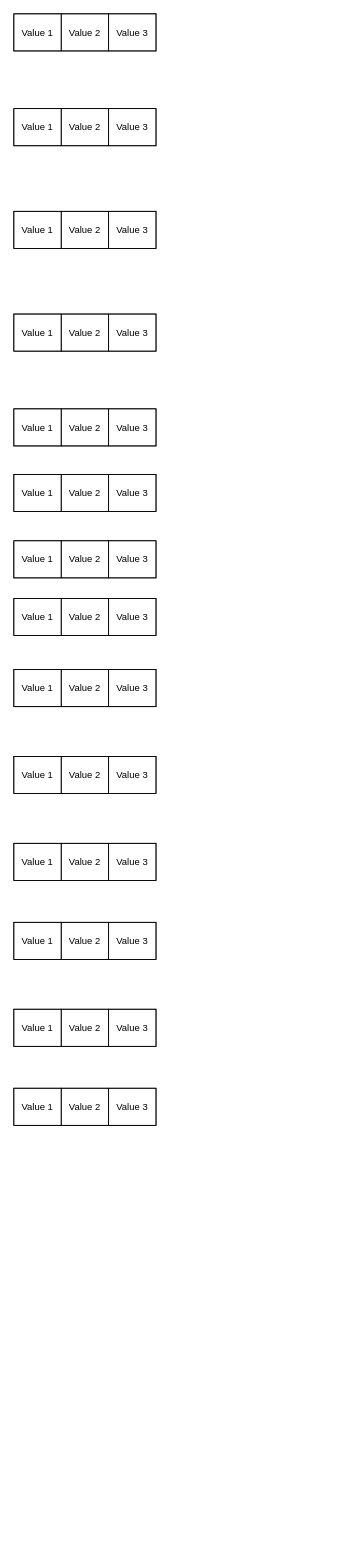
Before: RelationalSchemaASS3a.drawio in GreenFella/databaseclass, a draw.io diagram. Source tidied: cells renumbered, new cells numbered last; positions are measured from the earlier drawing's top-left corner, leaving out a move shared by most shapes. Both pictures are drawn from the tidied source at 79%, with x=0, y=0 at pixel (13, 13).
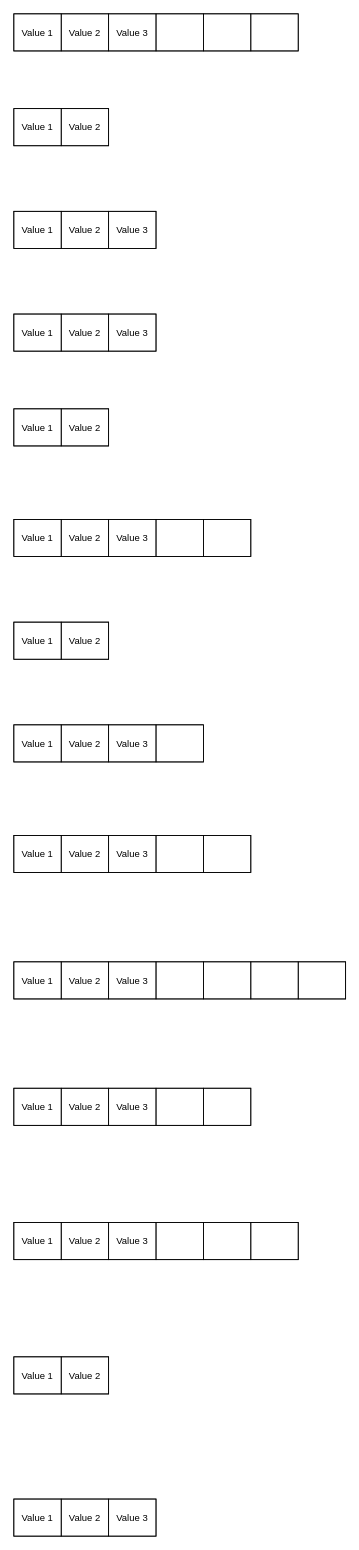
After the change.

Change to the diagram source:
```diff
@@
     <mxCell id="2" style="childLayout=tableLayout;shadow=0;fillColor=none;" parent="1" vertex="1">
-      <mxGeometry width="180" height="47" as="geometry" />
+      <mxGeometry width="360" height="47" as="geometry" />
     </mxCell>
     <mxCell id="3" style="shape=tableRow;horizontal=0;startSize=0;swimlaneHead=0;swimlaneBody=0;top=0;left=0;bottom=0;right=0;fontStyle=0;fillColor=none;strokeColor=inherit;" parent="2" vertex="1">
-      <mxGeometry width="180" height="47" as="geometry" />
+      <mxGeometry width="360" height="47" as="geometry" />
     </mxCell>
@@
+    <mxCell id="72" style="strokeColor=inherit;fillColor=none;align=center;whiteSpace=wrap;html=1;" parent="3" vertex="1">
+      <mxGeometry x="180" width="60" height="47" as="geometry" />
+    </mxCell>
+    <mxCell id="73" style="strokeColor=inherit;fillColor=none;align=center;whiteSpace=wrap;html=1;" parent="3" vertex="1">
+      <mxGeometry x="240" width="60" height="47" as="geometry" />
+    </mxCell>
+    <mxCell id="74" style="strokeColor=inherit;fillColor=none;align=center;whiteSpace=wrap;html=1;" parent="3" vertex="1">
+      <mxGeometry x="300" width="60" height="47" as="geometry" />
+    </mxCell>
     <mxCell id="7" style="childLayout=tableLayout;shadow=0;fillColor=none;" parent="1" vertex="1">
-      <mxGeometry y="120" width="180" height="47" as="geometry" />
+      <mxGeometry y="120" width="120" height="47" as="geometry" />
     </mxCell>
     <mxCell id="8" style="shape=tableRow;horizontal=0;startSize=0;swimlaneHead=0;swimlaneBody=0;top=0;left=0;bottom=0;right=0;fontStyle=0;fillColor=none;strokeColor=inherit;" parent="7" vertex="1">
-      <mxGeometry width="180" height="47" as="geometry" />
+      <mxGeometry width="120" height="47" as="geometry" />
     </mxCell>
@@
-    <mxCell id="11" value="Value 3" style="strokeColor=inherit;fillColor=none;align=center;whiteSpace=wrap;html=1;" parent="8" vertex="1">
-      <mxGeometry x="120" width="60" height="47" as="geometry" />
-    </mxCell>
@@
     <mxCell id="22" style="childLayout=tableLayout;shadow=0;fillColor=none;" parent="1" vertex="1">
-      <mxGeometry y="500" width="180" height="47" as="geometry" />
+      <mxGeometry y="500" width="120" height="47" as="geometry" />
     </mxCell>
     <mxCell id="23" style="shape=tableRow;horizontal=0;startSize=0;swimlaneHead=0;swimlaneBody=0;top=0;left=0;bottom=0;right=0;fontStyle=0;fillColor=none;strokeColor=inherit;" parent="22" vertex="1">
-      <mxGeometry width="180" height="47" as="geometry" />
+      <mxGeometry width="120" height="47" as="geometry" />
     </mxCell>
@@
-    <mxCell id="26" value="Value 3" style="strokeColor=inherit;fillColor=none;align=center;whiteSpace=wrap;html=1;" parent="23" vertex="1">
-      <mxGeometry x="120" width="60" height="47" as="geometry" />
-    </mxCell>
     <mxCell id="27" style="childLayout=tableLayout;shadow=0;fillColor=none;" parent="1" vertex="1">
-      <mxGeometry y="583" width="180" height="47" as="geometry" />
+      <mxGeometry y="640" width="300" height="47" as="geometry" />
     </mxCell>
     <mxCell id="28" style="shape=tableRow;horizontal=0;startSize=0;swimlaneHead=0;swimlaneBody=0;top=0;left=0;bottom=0;right=0;fontStyle=0;fillColor=none;strokeColor=inherit;" parent="27" vertex="1">
-      <mxGeometry width="180" height="47" as="geometry" />
+      <mxGeometry width="300" height="47" as="geometry" />
     </mxCell>
@@
+    <mxCell id="75" style="strokeColor=inherit;fillColor=none;align=center;whiteSpace=wrap;html=1;" parent="28" vertex="1">
+      <mxGeometry x="180" width="60" height="47" as="geometry" />
+    </mxCell>
+    <mxCell id="76" style="strokeColor=inherit;fillColor=none;align=center;whiteSpace=wrap;html=1;" parent="28" vertex="1">
+      <mxGeometry x="240" width="60" height="47" as="geometry" />
+    </mxCell>
     <mxCell id="32" style="childLayout=tableLayout;shadow=0;fillColor=none;" parent="1" vertex="1">
-      <mxGeometry y="667" width="180" height="47" as="geometry" />
+      <mxGeometry y="770" width="120" height="47" as="geometry" />
     </mxCell>
     <mxCell id="33" style="shape=tableRow;horizontal=0;startSize=0;swimlaneHead=0;swimlaneBody=0;top=0;left=0;bottom=0;right=0;fontStyle=0;fillColor=none;strokeColor=inherit;" parent="32" vertex="1">
-      <mxGeometry width="180" height="47" as="geometry" />
+      <mxGeometry width="120" height="47" as="geometry" />
     </mxCell>
@@
-    <mxCell id="36" value="Value 3" style="strokeColor=inherit;fillColor=none;align=center;whiteSpace=wrap;html=1;" parent="33" vertex="1">
-      <mxGeometry x="120" width="60" height="47" as="geometry" />
-    </mxCell>
     <mxCell id="37" style="childLayout=tableLayout;shadow=0;fillColor=none;" parent="1" vertex="1">
-      <mxGeometry y="1360" width="180" height="47" as="geometry" />
+      <mxGeometry y="1880" width="180" height="47" as="geometry" />
     </mxCell>
@@
     <mxCell id="42" style="childLayout=tableLayout;shadow=0;fillColor=none;" parent="1" vertex="1">
-      <mxGeometry y="1260" width="180" height="47" as="geometry" />
+      <mxGeometry y="1700" width="120" height="47" as="geometry" />
     </mxCell>
     <mxCell id="43" style="shape=tableRow;horizontal=0;startSize=0;swimlaneHead=0;swimlaneBody=0;top=0;left=0;bottom=0;right=0;fontStyle=0;fillColor=none;strokeColor=inherit;" parent="42" vertex="1">
-      <mxGeometry width="180" height="47" as="geometry" />
+      <mxGeometry width="120" height="47" as="geometry" />
     </mxCell>
@@
-    <mxCell id="46" value="Value 3" style="strokeColor=inherit;fillColor=none;align=center;whiteSpace=wrap;html=1;" parent="43" vertex="1">
-      <mxGeometry x="120" width="60" height="47" as="geometry" />
-    </mxCell>
     <mxCell id="47" style="childLayout=tableLayout;shadow=0;fillColor=none;" parent="1" vertex="1">
-      <mxGeometry y="740" width="180" height="47" as="geometry" />
+      <mxGeometry y="900" width="240" height="47" as="geometry" />
     </mxCell>
     <mxCell id="48" style="shape=tableRow;horizontal=0;startSize=0;swimlaneHead=0;swimlaneBody=0;top=0;left=0;bottom=0;right=0;fontStyle=0;fillColor=none;strokeColor=inherit;" parent="47" vertex="1">
-      <mxGeometry width="180" height="47" as="geometry" />
+      <mxGeometry width="240" height="47" as="geometry" />
     </mxCell>
@@
+    <mxCell id="77" style="strokeColor=inherit;fillColor=none;align=center;whiteSpace=wrap;html=1;" parent="48" vertex="1">
+      <mxGeometry x="180" width="60" height="47" as="geometry" />
+    </mxCell>
     <mxCell id="52" style="childLayout=tableLayout;shadow=0;fillColor=none;" parent="1" vertex="1">
-      <mxGeometry y="830" width="180" height="47" as="geometry" />
+      <mxGeometry y="1040" width="300" height="47" as="geometry" />
     </mxCell>
     <mxCell id="53" style="shape=tableRow;horizontal=0;startSize=0;swimlaneHead=0;swimlaneBody=0;top=0;left=0;bottom=0;right=0;fontStyle=0;fillColor=none;strokeColor=inherit;" parent="52" vertex="1">
-      <mxGeometry width="180" height="47" as="geometry" />
+      <mxGeometry width="300" height="47" as="geometry" />
     </mxCell>
@@
+    <mxCell id="78" style="strokeColor=inherit;fillColor=none;align=center;whiteSpace=wrap;html=1;" parent="53" vertex="1">
+      <mxGeometry x="180" width="60" height="47" as="geometry" />
+    </mxCell>
+    <mxCell id="79" style="strokeColor=inherit;fillColor=none;align=center;whiteSpace=wrap;html=1;" parent="53" vertex="1">
+      <mxGeometry x="240" width="60" height="47" as="geometry" />
+    </mxCell>
     <mxCell id="57" style="childLayout=tableLayout;shadow=0;fillColor=none;" parent="1" vertex="1">
-      <mxGeometry y="940" width="180" height="47" as="geometry" />
+      <mxGeometry y="1200" width="420" height="47" as="geometry" />
     </mxCell>
     <mxCell id="58" style="shape=tableRow;horizontal=0;startSize=0;swimlaneHead=0;swimlaneBody=0;top=0;left=0;bottom=0;right=0;fontStyle=0;fillColor=none;strokeColor=inherit;" parent="57" vertex="1">
-      <mxGeometry width="180" height="47" as="geometry" />
+      <mxGeometry width="420" height="47" as="geometry" />
     </mxCell>
@@
+    <mxCell id="80" style="strokeColor=inherit;fillColor=none;align=center;whiteSpace=wrap;html=1;" parent="58" vertex="1">
+      <mxGeometry x="180" width="60" height="47" as="geometry" />
+    </mxCell>
+    <mxCell id="81" style="strokeColor=inherit;fillColor=none;align=center;whiteSpace=wrap;html=1;" parent="58" vertex="1">
+      <mxGeometry x="240" width="60" height="47" as="geometry" />
+    </mxCell>
+    <mxCell id="82" style="strokeColor=inherit;fillColor=none;align=center;whiteSpace=wrap;html=1;" parent="58" vertex="1">
+      <mxGeometry x="300" width="60" height="47" as="geometry" />
+    </mxCell>
+    <mxCell id="83" style="strokeColor=inherit;fillColor=none;align=center;whiteSpace=wrap;html=1;" parent="58" vertex="1">
+      <mxGeometry x="360" width="60" height="47" as="geometry" />
+    </mxCell>
     <mxCell id="62" style="childLayout=tableLayout;shadow=0;fillColor=none;" parent="1" vertex="1">
-      <mxGeometry y="1050" width="180" height="47" as="geometry" />
+      <mxGeometry y="1360" width="300" height="47" as="geometry" />
     </mxCell>
     <mxCell id="63" style="shape=tableRow;horizontal=0;startSize=0;swimlaneHead=0;swimlaneBody=0;top=0;left=0;bottom=0;right=0;fontStyle=0;fillColor=none;strokeColor=inherit;" parent="62" vertex="1">
-      <mxGeometry width="180" height="47" as="geometry" />
+      <mxGeometry width="300" height="47" as="geometry" />
     </mxCell>
@@
+    <mxCell id="84" style="strokeColor=inherit;fillColor=none;align=center;whiteSpace=wrap;html=1;" parent="63" vertex="1">
+      <mxGeometry x="180" width="60" height="47" as="geometry" />
+    </mxCell>
+    <mxCell id="85" style="strokeColor=inherit;fillColor=none;align=center;whiteSpace=wrap;html=1;" parent="63" vertex="1">
+      <mxGeometry x="240" width="60" height="47" as="geometry" />
+    </mxCell>
     <mxCell id="67" style="childLayout=tableLayout;shadow=0;fillColor=none;" parent="1" vertex="1">
-      <mxGeometry y="1150" width="180" height="47" as="geometry" />
+      <mxGeometry y="1530" width="360" height="47" as="geometry" />
     </mxCell>
     <mxCell id="68" style="shape=tableRow;horizontal=0;startSize=0;swimlaneHead=0;swimlaneBody=0;top=0;left=0;bottom=0;right=0;fontStyle=0;fillColor=none;strokeColor=inherit;" parent="67" vertex="1">
-      <mxGeometry width="180" height="47" as="geometry" />
+      <mxGeometry width="360" height="47" as="geometry" />
     </mxCell>
@@
+    <mxCell id="86" style="strokeColor=inherit;fillColor=none;align=center;whiteSpace=wrap;html=1;" parent="68" vertex="1">
+      <mxGeometry x="180" width="60" height="47" as="geometry" />
+    </mxCell>
+    <mxCell id="87" style="strokeColor=inherit;fillColor=none;align=center;whiteSpace=wrap;html=1;" parent="68" vertex="1">
+      <mxGeometry x="240" width="60" height="47" as="geometry" />
+    </mxCell>
+    <mxCell id="88" style="strokeColor=inherit;fillColor=none;align=center;whiteSpace=wrap;html=1;" parent="68" vertex="1">
+      <mxGeometry x="300" width="60" height="47" as="geometry" />
+    </mxCell>
```
